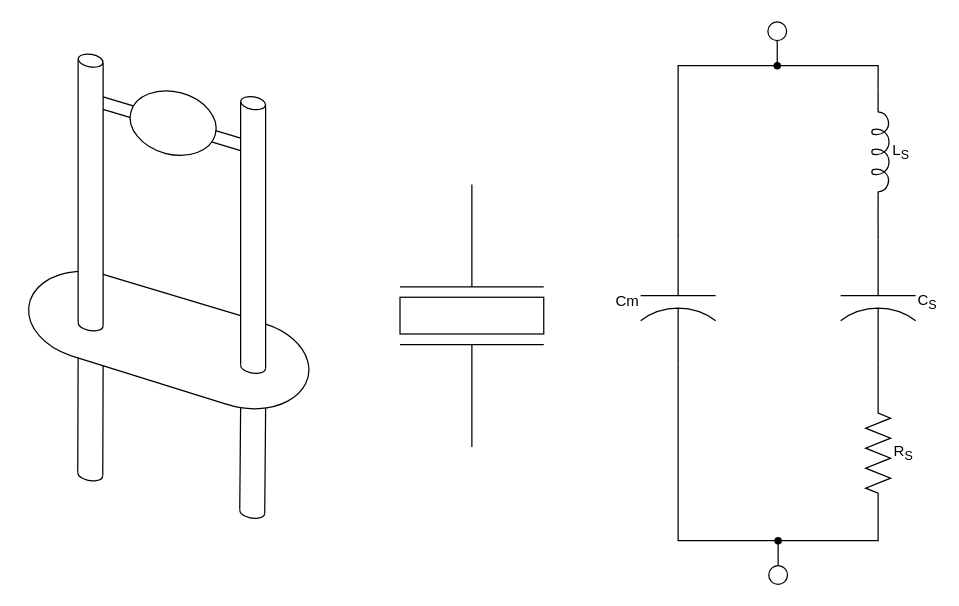
JoseForest-CLJ/Draw.io-files keeps this draw.io diagram as 3B6/Cours/Des_Mod4-1.drawio. Above is the earlier version. Source tidied: cells renumbered, new cells numbered last; positions are measured from the earlier drawing's top-left corner, leaving out a move shared by most shapes. Both pictures are drawn from the tidied source at 125%, with x=0, y=0 at pixel (28, 21).
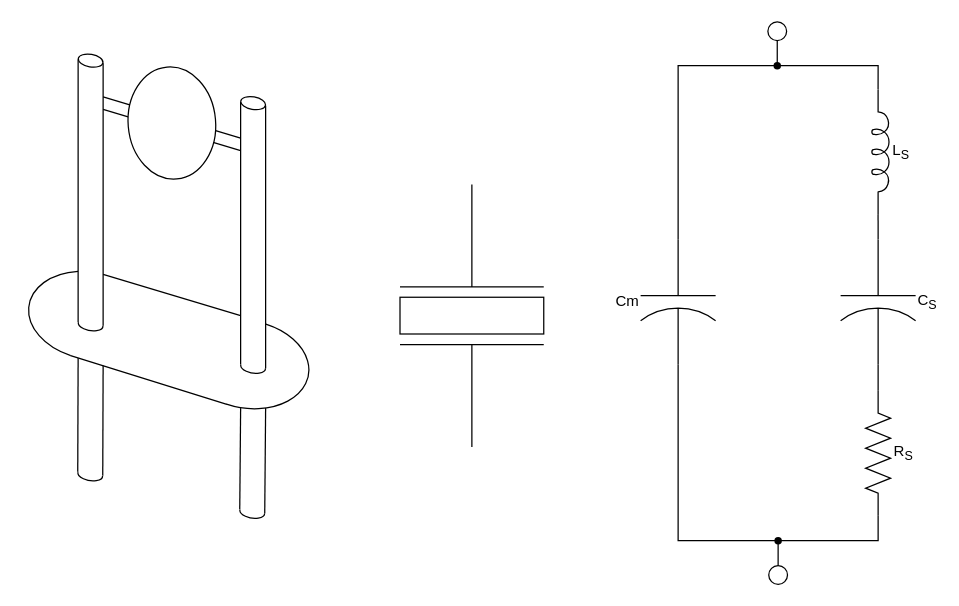
The same diagram, later.

Change to the diagram source:
```diff
@@
-    <mxCell id="4" style="ellipse;whiteSpace=wrap;html=1;rotation=15;" parent="1" vertex="1">
-      <mxGeometry x="81" y="56" width="70" height="50" as="geometry" />
+    <mxCell id="4" style="ellipse;whiteSpace=wrap;html=1;rotation=-5;" parent="1" vertex="1">
+      <mxGeometry x="80" y="36" width="70" height="89.8" as="geometry" />
     </mxCell>
```
